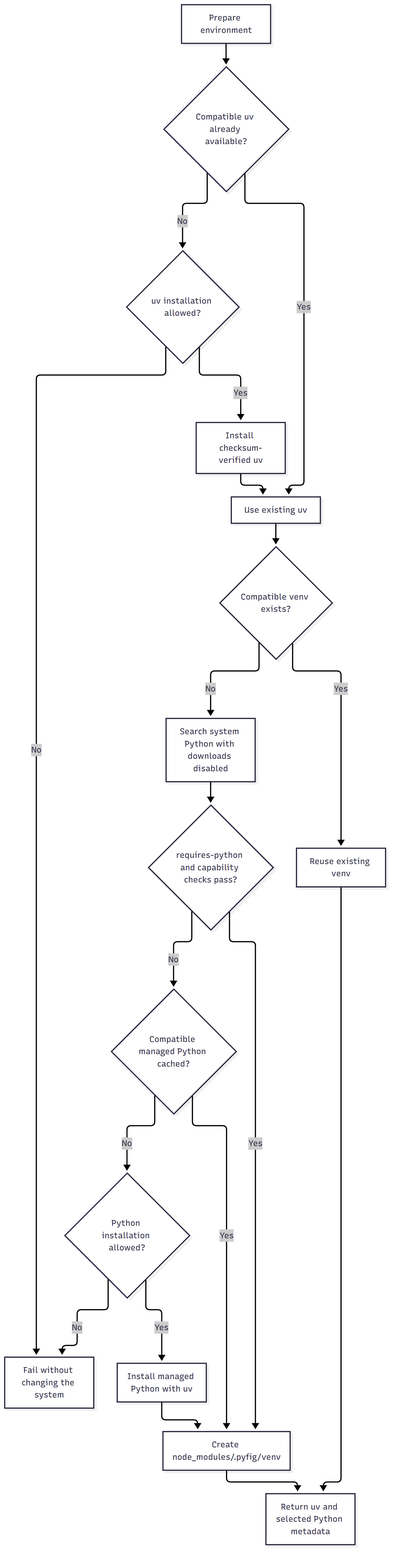
Earlier version of the Mermaid export docs/diagrams/python-selection.png (regbo/lfp-common). Its source is kept beside it as docs/diagrams/python-selection.mmd.
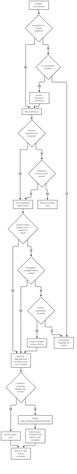
Above is the later version.

The edit, as a diff of the source:
```diff
@@ -5,16 +5,22 @@
     D -->|No| Z["Fail without changing the system"]
     D -->|Yes| E["Install checksum-verified uv"]
     E --> C
-    C --> F{"Compatible venv exists?"}
-    F -->|Yes| G["Reuse existing venv"]
-    F -->|No| H["Search system Python with downloads disabled"]
-    H --> I{"requires-python and capability checks pass?"}
-    I -->|Yes| J["Create node_modules/.pyfig/venv"]
+    C --> F{"Runtime dependencies declared?"}
+    F -->|No| G{"Compatible external venv exists?"}
+    G -->|Yes| N["Return existing venv"]
+    G -->|No| H["Find compatible base Python"]
+    F -->|Yes| H
+    H --> I{"System Python passes every capability check?"}
+    I -->|Yes| O["Resolve dependencies and hash exact venv contents"]
     I -->|No| K{"Compatible managed Python cached?"}
-    K -->|Yes| J
+    K -->|Yes| O
     K -->|No| L{"Python installation allowed?"}
     L -->|No| Z
     L -->|Yes| M["Install managed Python with uv"]
-    M --> J
-    J --> N["Return uv and selected Python metadata"]
-    G --> N
+    M --> O
+    O --> P{"Complete matching hashed venv exists?"}
+    P -->|Yes| Q["Reuse hashed venv"]
+    P -->|No| R["Create node_modules/.pyfig/venvs/hash"]
+    R --> S["Install exact resolution and publish venv metadata"]
+    Q --> T["Return uv and Python metadata"]
+    S --> T
```
